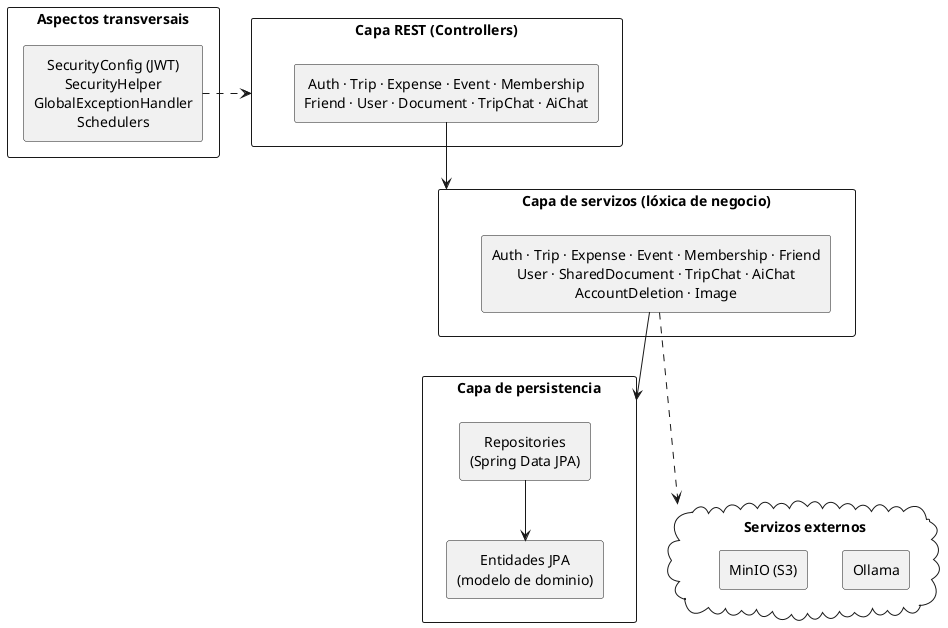
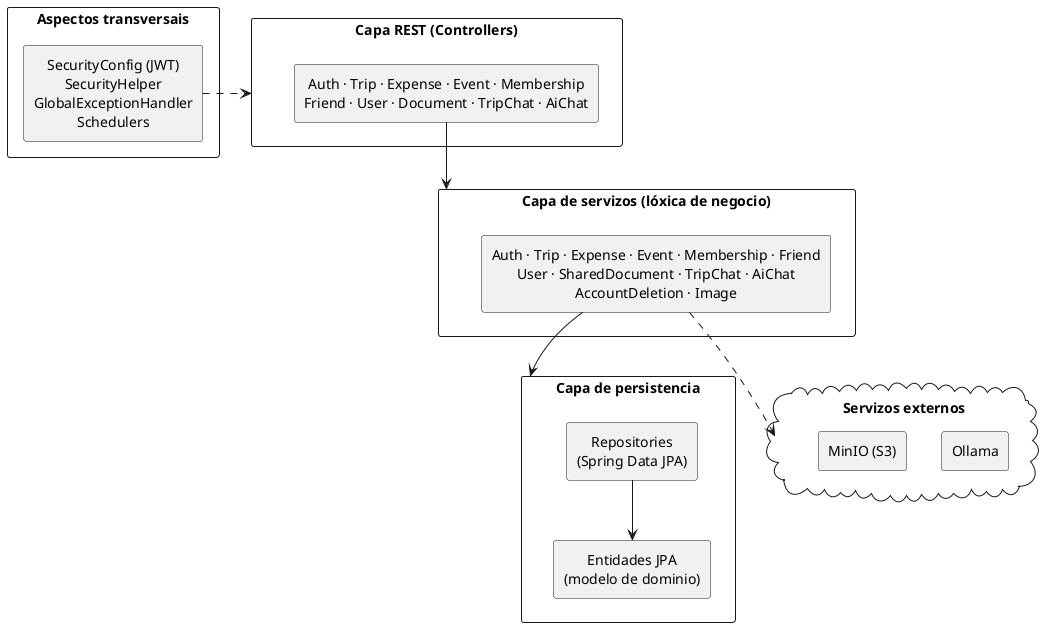
@startuml backend-componentes
skinparam shadowing false
skinparam componentStyle rectangle
skinparam packageStyle rectangle
skinparam defaultTextAlignment center
top to bottom direction

package "Capa REST (Controllers)" as L1 {
  component "Auth · Trip · Expense · Event · Membership\nFriend · User · Document · TripChat · AiChat" as ctrls
}

package "Capa de servizos (lóxica de negocio)" as L2 {
  component "Auth · Trip · Expense · Event · Membership · Friend\nUser · SharedDocument · TripChat · AiChat\nAccountDeletion · Image" as svcs
}

package "Capa de persistencia" as L3 {
  component "Repositories\n(Spring Data JPA)" as repos
  component "Entidades JPA\n(modelo de dominio)" as model
}

package "Aspectos transversais" as X {
  component "SecurityConfig (JWT)\nSecurityHelper\nGlobalExceptionHandler\nSchedulers" as cross
}

cloud "Servizos externos" as ext {
  component "Ollama" as ollama
  component "MinIO (S3)" as minio
}

ctrls --> L2
svcs --> L3
repos --> model
- svcs .down.> ext
- L3 -[hidden]down-> ext
+ svcs ..> ext
cross .right.> L1
@enduml
